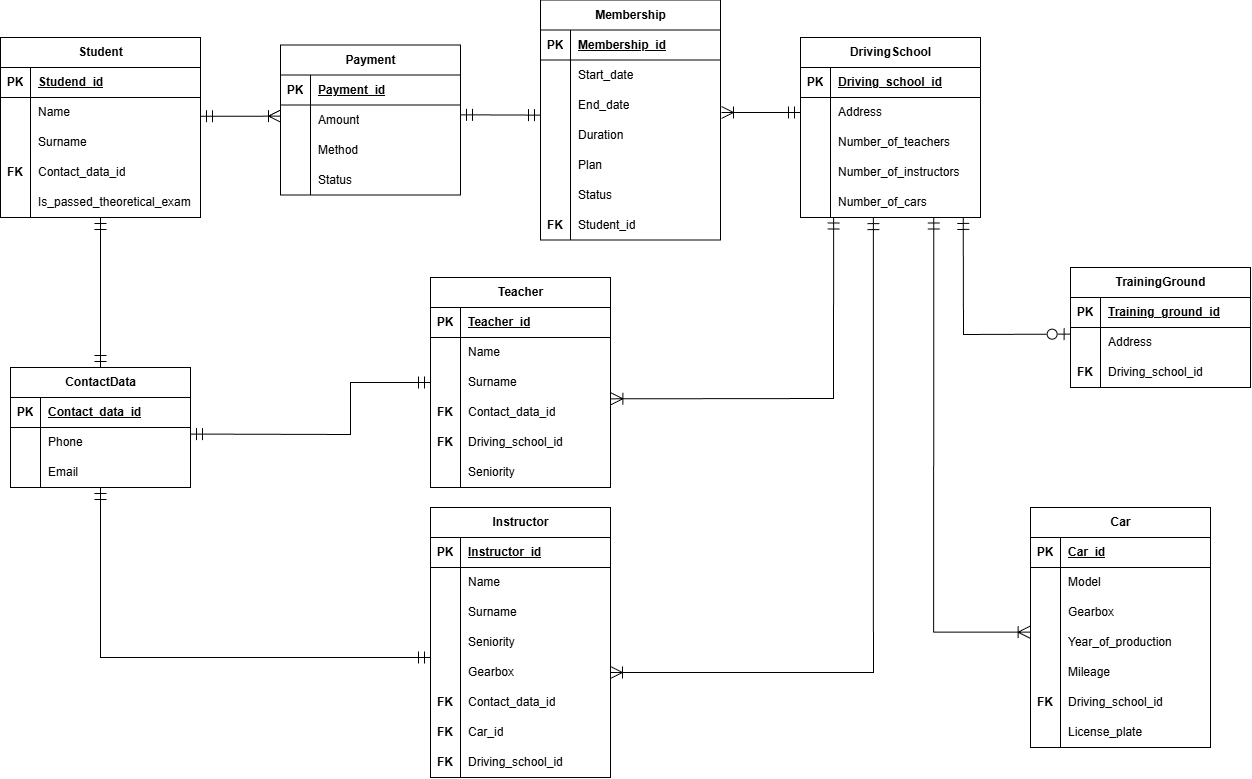
KyryloBB/Software-engineering-components keeps this draw.io diagram as Lab1/Crow's foot diagram.png. Above is the earlier version. Source tidied: cells renumbered, new cells last; positions are measured from the earlier drawing's top-left corner, leaving out a move shared by most shapes.
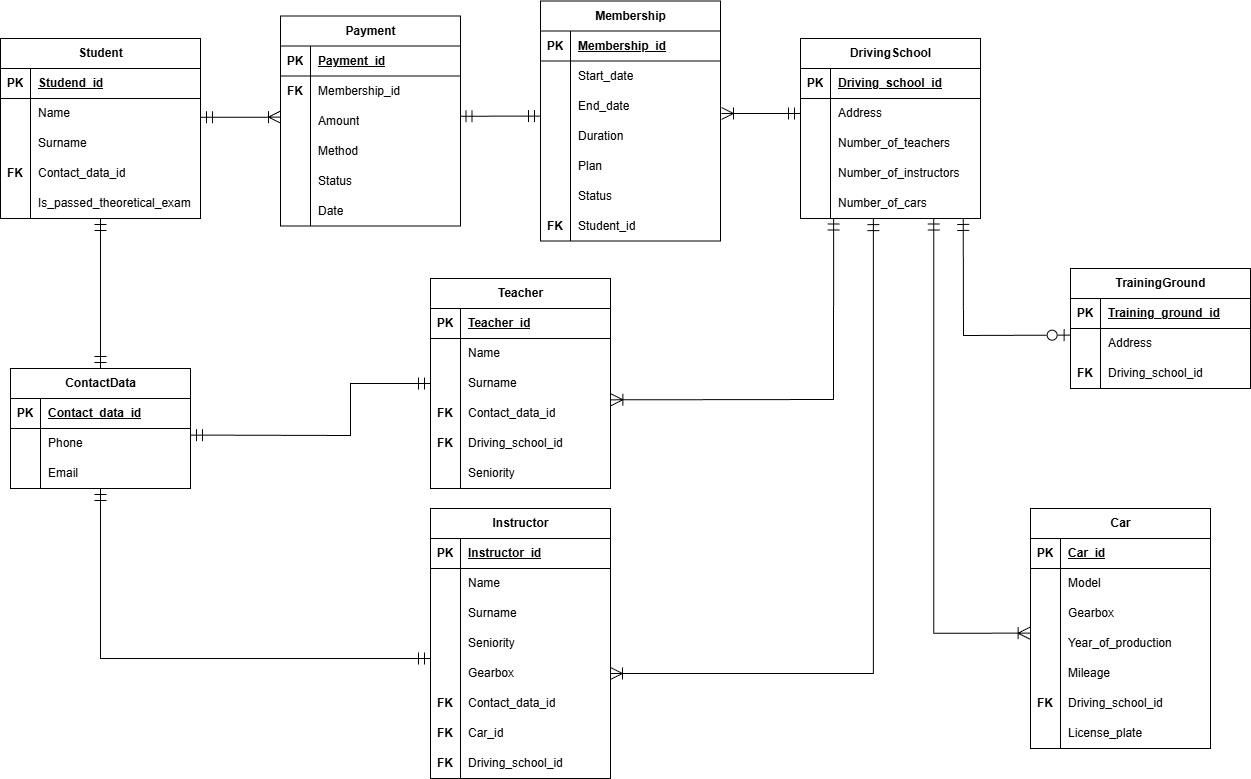
The same diagram one commit later.

Commit message:
edited payment entity

The edit, as a diff of the source:
```diff
@@ -112,7 +112,7 @@
       <mxGeometry x="30" width="150" height="30" as="geometry" />
     </mxCell>
     <mxCell id="36" value="Payment" style="shape=table;startSize=30;rowLines=0;fontStyle=1;align=center;html=1;" parent="1" vertex="1">
-      <mxGeometry x="280" y="45.5" width="180" height="150" as="geometry" />
+      <mxGeometry x="280" y="15.5" width="180" height="210" as="geometry" />
     </mxCell>
     <mxCell id="37" style="shape=tableRow;horizontal=0;startSize=0;swimlaneHead=0;swimlaneBody=0;fillColor=none;top=0;left=0;right=0;bottom=1;" parent="36" vertex="1">
       <mxGeometry y="30" width="180" height="30" as="geometry" />
@@ -126,14 +126,23 @@
     <mxCell id="40" style="shape=tableRow;horizontal=0;startSize=0;swimlaneHead=0;swimlaneBody=0;fillColor=none;points=[[0,0.5],[1,0.5]];portConstraint=eastwest;top=0;left=0;right=0;bottom=0;" parent="36" vertex="1">
       <mxGeometry y="60" width="180" height="30" as="geometry" />
     </mxCell>
-    <mxCell id="41" style="shape=partialRectangle;fillColor=none;top=0;left=0;bottom=0;right=0;overflow=hidden;whiteSpace=wrap;html=1;" parent="40" vertex="1">
+    <mxCell id="41" value="&lt;b&gt;FK&lt;/b&gt;" style="shape=partialRectangle;fillColor=none;top=0;left=0;bottom=0;right=0;overflow=hidden;whiteSpace=wrap;html=1;" parent="40" vertex="1">
       <mxGeometry width="30" height="30" as="geometry" />
     </mxCell>
-    <mxCell id="42" value="Amount" style="shape=partialRectangle;fillColor=none;top=0;left=0;bottom=0;right=0;align=left;spacingLeft=6;overflow=hidden;whiteSpace=wrap;html=1;" parent="40" vertex="1">
+    <mxCell id="42" value="Membership_id" style="shape=partialRectangle;fillColor=none;top=0;left=0;bottom=0;right=0;align=left;spacingLeft=6;overflow=hidden;whiteSpace=wrap;html=1;" parent="40" vertex="1">
       <mxGeometry x="30" width="150" height="30" as="geometry" />
     </mxCell>
+    <mxCell id="165" style="shape=tableRow;horizontal=0;startSize=0;swimlaneHead=0;swimlaneBody=0;fillColor=none;points=[[0,0.5],[1,0.5]];portConstraint=eastwest;top=0;left=0;right=0;bottom=0;" parent="36" vertex="1">
+      <mxGeometry y="90" width="180" height="30" as="geometry" />
+    </mxCell>
+    <mxCell id="166" style="shape=partialRectangle;fillColor=none;top=0;left=0;bottom=0;right=0;overflow=hidden;whiteSpace=wrap;html=1;" parent="165" vertex="1">
+      <mxGeometry width="30" height="30" as="geometry" />
+    </mxCell>
+    <mxCell id="167" value="Amount" style="shape=partialRectangle;fillColor=none;top=0;left=0;bottom=0;right=0;align=left;spacingLeft=6;overflow=hidden;whiteSpace=wrap;html=1;" parent="165" vertex="1">
+      <mxGeometry x="30" width="150" height="30" as="geometry" />
+    </mxCell>
     <mxCell id="43" style="shape=tableRow;horizontal=0;startSize=0;swimlaneHead=0;swimlaneBody=0;fillColor=none;top=0;left=0;right=0;bottom=0;" parent="36" vertex="1">
-      <mxGeometry y="90" width="180" height="30" as="geometry" />
+      <mxGeometry y="120" width="180" height="30" as="geometry" />
     </mxCell>
     <mxCell id="44" style="shape=partialRectangle;fillColor=none;top=0;left=0;bottom=0;right=0;overflow=hidden;whiteSpace=wrap;html=1;" parent="43" vertex="1">
       <mxGeometry width="30" height="30" as="geometry" />
@@ -142,7 +151,7 @@
       <mxGeometry x="30" width="150" height="30" as="geometry" />
     </mxCell>
     <mxCell id="46" style="shape=tableRow;horizontal=0;startSize=0;swimlaneHead=0;swimlaneBody=0;fillColor=none;top=0;left=0;right=0;bottom=0;" parent="36" vertex="1">
-      <mxGeometry y="120" width="180" height="30" as="geometry" />
+      <mxGeometry y="150" width="180" height="30" as="geometry" />
     </mxCell>
     <mxCell id="47" style="shape=partialRectangle;fillColor=none;top=0;left=0;bottom=0;right=0;overflow=hidden;whiteSpace=wrap;html=1;" parent="46" vertex="1">
       <mxGeometry width="30" height="30" as="geometry" />
@@ -150,6 +159,15 @@
     <mxCell id="48" value="Status" style="shape=partialRectangle;fillColor=none;top=0;left=0;bottom=0;right=0;align=left;spacingLeft=6;overflow=hidden;whiteSpace=wrap;html=1;" parent="46" vertex="1">
       <mxGeometry x="30" width="150" height="30" as="geometry" />
     </mxCell>
+    <mxCell id="168" style="shape=tableRow;horizontal=0;startSize=0;swimlaneHead=0;swimlaneBody=0;fillColor=none;top=0;left=0;right=0;bottom=0;" parent="36" vertex="1">
+      <mxGeometry y="180" width="180" height="30" as="geometry" />
+    </mxCell>
+    <mxCell id="169" style="shape=partialRectangle;fillColor=none;top=0;left=0;bottom=0;right=0;overflow=hidden;whiteSpace=wrap;html=1;" parent="168" vertex="1">
+      <mxGeometry width="30" height="30" as="geometry" />
+    </mxCell>
+    <mxCell id="170" value="Date" style="shape=partialRectangle;fillColor=none;top=0;left=0;bottom=0;right=0;align=left;spacingLeft=6;overflow=hidden;whiteSpace=wrap;html=1;" parent="168" vertex="1">
+      <mxGeometry x="30" width="150" height="30" as="geometry" />
+    </mxCell>
     <mxCell id="49" value="Membership" style="shape=table;startSize=30;rowLines=0;fontStyle=1;align=center;html=1;" parent="1" vertex="1">
       <mxGeometry x="540" y="0.5" width="180" height="240" as="geometry" />
     </mxCell>
@@ -515,7 +533,7 @@
         </Array>
       </mxGeometry>
     </mxCell>
-    <mxCell id="163" style="endArrow=ERmandOne;html=1;rounded=0;exitX=1;exitY=0.328;exitDx=0;exitDy=0;exitPerimeter=0;entryX=0;entryY=0.837;entryDx=0;entryDy=0;entryPerimeter=0;endFill=0;endSize=10;startArrow=ERmandOne;startFill=0;startSize=10;" parent="1" edge="1" source="40" target="56">
+    <mxCell id="163" style="endArrow=ERmandOne;html=1;rounded=0;entryX=0;entryY=0.837;entryDx=0;entryDy=0;entryPerimeter=0;endFill=0;endSize=10;startArrow=ERmandOne;startFill=0;startSize=10;exitX=0.997;exitY=0.341;exitDx=0;exitDy=0;exitPerimeter=0;" parent="1" edge="1" source="165" target="56">
       <mxGeometry relative="1" as="geometry" />
     </mxCell>
     <mxCell id="164" style="endArrow=ERmandOne;html=1;rounded=0;entryX=0;entryY=0.5;entryDx=0;entryDy=0;endFill=0;endSize=10;startArrow=ERoneToMany;startFill=0;startSize=10;" parent="1" edge="1" target="24">
```
